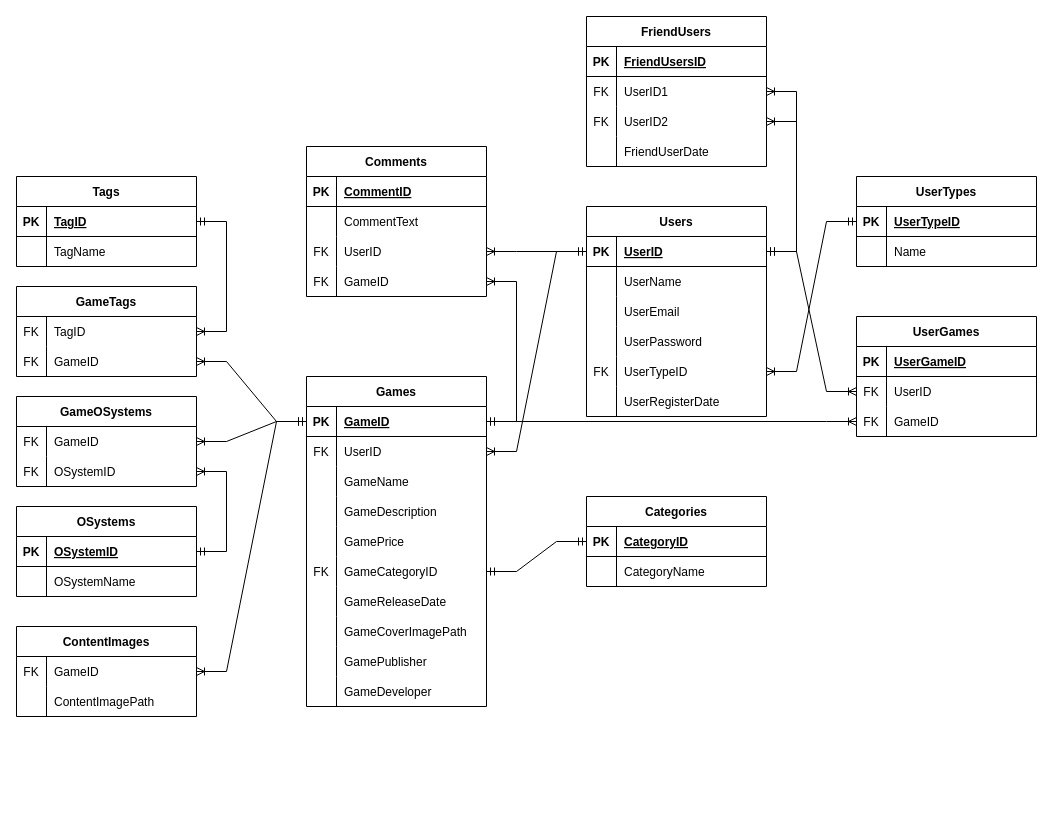
EmirLogas/GameStore keeps this draw.io diagram as GameStoreDB.drawio. Above is the earlier version. Source tidied: cells renumbered, new cells numbered last; positions are measured from the earlier drawing's top-left corner, leaving out a move shared by most shapes. Both pictures are drawn from the tidied source at 100%, with x=0, y=0 at pixel (16, 16).
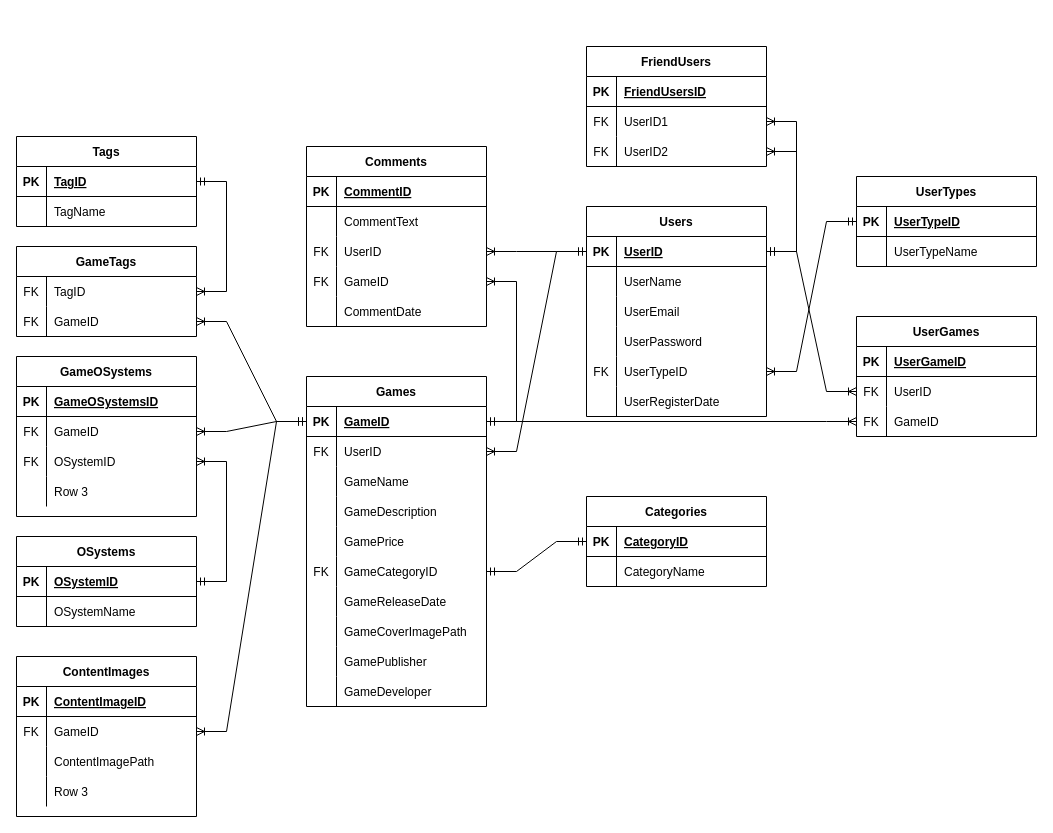
Above is the later version.

The change refers to these unchanged cells:
```xml
<mxCell id="10" style="shape=tableRow;horizontal=0;startSize=0;swimlaneHead=0;swimlaneBody=0;fillColor=none;points=[[0,0.5],[1,0.5]];portConstraint=eastwest;top=0;left=0;right=0;bottom=1;" parent="9" vertex="1">
  <mxGeometry y="30" width="180" height="30" as="geometry" />
</mxCell>
<mxCell id="63" style="shape=tableRow;horizontal=0;startSize=0;swimlaneHead=0;swimlaneBody=0;fillColor=none;top=0;left=0;right=0;bottom=0;" parent="59" vertex="1">
  <mxGeometry y="60" width="180" height="30" as="geometry" />
</mxCell>
<mxCell id="122" style="shape=tableRow;horizontal=0;startSize=0;swimlaneHead=0;swimlaneBody=0;fillColor=none;points=[[0,0.5],[1,0.5]];portConstraint=eastwest;top=0;left=0;right=0;bottom=1;" parent="121" vertex="1">
  <mxGeometry y="30" width="180" height="30" as="geometry" />
</mxCell>
```

Change to the diagram source:
```diff
@@
-    <mxCell id="65" value="Name" style="shape=partialRectangle;fillColor=none;top=0;left=0;bottom=0;right=0;align=left;spacingLeft=6;overflow=hidden;" parent="63" vertex="1">
+    <mxCell id="65" value="UserTypeName" style="shape=partialRectangle;fillColor=none;top=0;left=0;bottom=0;right=0;align=left;spacingLeft=6;overflow=hidden;" parent="63" vertex="1">
       <mxGeometry x="30" width="150" height="30" as="geometry" />
     </mxCell>
@@
     <mxCell id="68" value="Tags" style="shape=table;startSize=30;childLayout=tableLayout;rowLines=0;fontStyle=1;align=center;" parent="1" vertex="1">
-      <mxGeometry y="160" width="180" height="90" as="geometry" />
+      <mxGeometry y="120" width="180" height="90" as="geometry" />
     </mxCell>
@@
     <mxCell id="75" value="GameTags" style="shape=table;startSize=30;childLayout=tableLayout;rowLines=0;fontStyle=1;align=center;" parent="1" vertex="1">
-      <mxGeometry y="270" width="180" height="90" as="geometry" />
+      <mxGeometry y="230" width="180" height="90" as="geometry" />
     </mxCell>
@@
     <mxCell id="83" value="FriendUsers" style="shape=table;startSize=30;childLayout=tableLayout;rowLines=0;fontStyle=1;align=center;" parent="1" vertex="1">
-      <mxGeometry x="570" width="180" height="150" as="geometry" />
+      <mxGeometry x="570" y="30" width="180" height="120" as="geometry" />
     </mxCell>
@@
-    <mxCell id="93" style="shape=tableRow;horizontal=0;startSize=0;swimlaneHead=0;swimlaneBody=0;fillColor=none;top=0;left=0;right=0;bottom=0;" parent="83" vertex="1">
-      <mxGeometry y="120" width="180" height="30" as="geometry" />
-    </mxCell>
-    <mxCell id="94" style="shape=partialRectangle;fillColor=none;top=0;left=0;bottom=0;right=0;overflow=hidden;" parent="93" vertex="1">
-      <mxGeometry width="30" height="30" as="geometry" />
-    </mxCell>
-    <mxCell id="95" value="FriendUserDate" style="shape=partialRectangle;fillColor=none;top=0;left=0;bottom=0;right=0;align=left;spacingLeft=6;overflow=hidden;" parent="93" vertex="1">
-      <mxGeometry x="30" width="150" height="30" as="geometry" />
-    </mxCell>
@@
     <mxCell id="98" value="Comments" style="shape=table;startSize=30;childLayout=tableLayout;rowLines=0;fontStyle=1;align=center;" parent="1" vertex="1">
-      <mxGeometry x="290" y="130" width="180" height="150" as="geometry" />
+      <mxGeometry x="290" y="130" width="180" height="180" as="geometry" />
     </mxCell>
@@
+    <mxCell id="151" style="shape=tableRow;horizontal=0;startSize=0;swimlaneHead=0;swimlaneBody=0;fillColor=none;top=0;left=0;right=0;bottom=0;" parent="98" vertex="1">
+      <mxGeometry y="150" width="180" height="30" as="geometry" />
+    </mxCell>
+    <mxCell id="152" style="shape=partialRectangle;fillColor=none;top=0;left=0;bottom=0;right=0;overflow=hidden;" parent="151" vertex="1">
+      <mxGeometry width="30" height="30" as="geometry" />
+    </mxCell>
+    <mxCell id="153" value="CommentDate" style="shape=partialRectangle;fillColor=none;top=0;left=0;bottom=0;right=0;align=left;spacingLeft=6;overflow=hidden;" parent="151" vertex="1">
+      <mxGeometry x="30" width="150" height="30" as="geometry" />
+    </mxCell>
@@
-    <mxCell id="113" value="ContentImages" style="shape=table;startSize=30;childLayout=tableLayout;rowLines=0;fontStyle=1;align=center;" parent="1" vertex="1">
-      <mxGeometry y="610" width="180" height="90" as="geometry" />
-    </mxCell>
-    <mxCell id="114" style="shape=tableRow;horizontal=0;startSize=0;swimlaneHead=0;swimlaneBody=0;fillColor=none;points=[[0,0.5],[1,0.5]];portConstraint=eastwest;top=0;left=0;right=0;bottom=0;" parent="113" vertex="1">
-      <mxGeometry y="30" width="180" height="30" as="geometry" />
-    </mxCell>
-    <mxCell id="115" value="FK" style="shape=partialRectangle;fillColor=none;top=0;left=0;bottom=0;right=0;overflow=hidden;" parent="114" vertex="1">
-      <mxGeometry width="30" height="30" as="geometry" />
-    </mxCell>
-    <mxCell id="116" value="GameID" style="shape=partialRectangle;fillColor=none;top=0;left=0;bottom=0;right=0;align=left;spacingLeft=6;overflow=hidden;" parent="114" vertex="1">
-      <mxGeometry x="30" width="150" height="30" as="geometry" />
-    </mxCell>
-    <mxCell id="117" style="shape=tableRow;horizontal=0;startSize=0;swimlaneHead=0;swimlaneBody=0;fillColor=none;top=0;left=0;right=0;bottom=0;" parent="113" vertex="1">
-      <mxGeometry y="60" width="180" height="30" as="geometry" />
-    </mxCell>
-    <mxCell id="118" style="shape=partialRectangle;fillColor=none;top=0;left=0;bottom=0;right=0;overflow=hidden;" parent="117" vertex="1">
-      <mxGeometry width="30" height="30" as="geometry" />
-    </mxCell>
-    <mxCell id="119" value="ContentImagePath" style="shape=partialRectangle;fillColor=none;top=0;left=0;bottom=0;right=0;align=left;spacingLeft=6;overflow=hidden;" parent="117" vertex="1">
-      <mxGeometry x="30" width="150" height="30" as="geometry" />
-    </mxCell>
@@
     <mxCell id="121" value="OSystems" style="shape=table;startSize=30;childLayout=tableLayout;rowLines=0;fontStyle=1;align=center;" parent="1" vertex="1">
-      <mxGeometry y="490" width="180" height="90" as="geometry" />
+      <mxGeometry y="520" width="180" height="90" as="geometry" />
     </mxCell>
@@
-    <mxCell id="128" value="GameOSystems" style="shape=table;startSize=30;childLayout=tableLayout;rowLines=0;fontStyle=1;align=center;" parent="1" vertex="1">
-      <mxGeometry y="380" width="180" height="90" as="geometry" />
-    </mxCell>
-    <mxCell id="129" style="shape=tableRow;horizontal=0;startSize=0;swimlaneHead=0;swimlaneBody=0;fillColor=none;points=[[0,0.5],[1,0.5]];portConstraint=eastwest;top=0;left=0;right=0;bottom=0;" parent="128" vertex="1">
-      <mxGeometry y="30" width="180" height="30" as="geometry" />
-    </mxCell>
-    <mxCell id="130" value="FK" style="shape=partialRectangle;fillColor=none;top=0;left=0;bottom=0;right=0;overflow=hidden;" parent="129" vertex="1">
-      <mxGeometry width="30" height="30" as="geometry" />
-    </mxCell>
-    <mxCell id="131" value="GameID" style="shape=partialRectangle;fillColor=none;top=0;left=0;bottom=0;right=0;align=left;spacingLeft=6;overflow=hidden;" parent="129" vertex="1">
-      <mxGeometry x="30" width="150" height="30" as="geometry" />
-    </mxCell>
-    <mxCell id="132" style="shape=tableRow;horizontal=0;startSize=0;swimlaneHead=0;swimlaneBody=0;fillColor=none;points=[[0,0.5],[1,0.5]];portConstraint=eastwest;top=0;left=0;right=0;bottom=0;" parent="128" vertex="1">
-      <mxGeometry y="60" width="180" height="30" as="geometry" />
-    </mxCell>
-    <mxCell id="133" value="FK" style="shape=partialRectangle;fillColor=none;top=0;left=0;bottom=0;right=0;overflow=hidden;" parent="132" vertex="1">
-      <mxGeometry width="30" height="30" as="geometry" />
-    </mxCell>
-    <mxCell id="134" value="OSystemID" style="shape=partialRectangle;fillColor=none;top=0;left=0;bottom=0;right=0;align=left;spacingLeft=6;overflow=hidden;" parent="132" vertex="1">
-      <mxGeometry x="30" width="150" height="30" as="geometry" />
-    </mxCell>
-    <mxCell id="135" style="edgeStyle=entityRelationEdgeStyle;fontSize=12;html=1;endArrow=ERoneToMany;startArrow=ERmandOne;rounded=0;" parent="1" edge="1" source="10" target="129">
+    <mxCell id="135" style="edgeStyle=entityRelationEdgeStyle;fontSize=12;html=1;endArrow=ERoneToMany;startArrow=ERmandOne;rounded=0;" parent="1" edge="1" source="10" target="168">
       <mxGeometry relative="1" as="geometry" />
     </mxCell>
-    <mxCell id="136" style="edgeStyle=entityRelationEdgeStyle;fontSize=12;html=1;endArrow=ERoneToMany;startArrow=ERmandOne;rounded=0;" parent="1" edge="1" source="122" target="132">
+    <mxCell id="136" style="edgeStyle=entityRelationEdgeStyle;fontSize=12;html=1;endArrow=ERoneToMany;startArrow=ERmandOne;rounded=0;" parent="1" edge="1" source="122" target="171">
       <mxGeometry relative="1" as="geometry" />
     </mxCell>
@@
-    <mxCell id="139" style="edgeStyle=entityRelationEdgeStyle;fontSize=12;html=1;endArrow=ERoneToMany;startArrow=ERmandOne;rounded=0;" parent="1" edge="1" source="10" target="114">
+    <mxCell id="139" style="edgeStyle=entityRelationEdgeStyle;fontSize=12;html=1;endArrow=ERoneToMany;startArrow=ERmandOne;rounded=0;" parent="1" edge="1" source="10" target="157">
       <mxGeometry relative="1" as="geometry" />
     </mxCell>
@@
+    <mxCell id="113" value="ContentImages" style="shape=table;startSize=30;childLayout=tableLayout;rowLines=0;fontStyle=1;align=center;" parent="1" vertex="1">
+      <mxGeometry y="640" width="180" height="160" as="geometry" />
+    </mxCell>
+    <mxCell id="154" style="shape=tableRow;horizontal=0;startSize=0;swimlaneHead=0;swimlaneBody=0;fillColor=none;top=0;left=0;right=0;bottom=1;" parent="113" vertex="1">
+      <mxGeometry y="30" width="180" height="30" as="geometry" />
+    </mxCell>
+    <mxCell id="155" value="PK" style="shape=partialRectangle;fillColor=none;top=0;left=0;bottom=0;right=0;fontStyle=1;overflow=hidden;" parent="154" vertex="1">
+      <mxGeometry width="30" height="30" as="geometry" />
+    </mxCell>
+    <mxCell id="156" value="ContentImageID" style="shape=partialRectangle;fillColor=none;top=0;left=0;bottom=0;right=0;align=left;spacingLeft=6;fontStyle=5;overflow=hidden;" parent="154" vertex="1">
+      <mxGeometry x="30" width="150" height="30" as="geometry" />
+    </mxCell>
+    <mxCell id="157" style="shape=tableRow;horizontal=0;startSize=0;swimlaneHead=0;swimlaneBody=0;fillColor=none;points=[[0,0.5],[1,0.5]];portConstraint=eastwest;top=0;left=0;right=0;bottom=0;" parent="113" vertex="1">
+      <mxGeometry y="60" width="180" height="30" as="geometry" />
+    </mxCell>
+    <mxCell id="158" value="FK" style="shape=partialRectangle;fillColor=none;top=0;left=0;bottom=0;right=0;overflow=hidden;" parent="157" vertex="1">
+      <mxGeometry width="30" height="30" as="geometry" />
+    </mxCell>
+    <mxCell id="159" value="GameID" style="shape=partialRectangle;fillColor=none;top=0;left=0;bottom=0;right=0;align=left;spacingLeft=6;overflow=hidden;" parent="157" vertex="1">
+      <mxGeometry x="30" width="150" height="30" as="geometry" />
+    </mxCell>
+    <mxCell id="160" style="shape=tableRow;horizontal=0;startSize=0;swimlaneHead=0;swimlaneBody=0;fillColor=none;top=0;left=0;right=0;bottom=0;" parent="113" vertex="1">
+      <mxGeometry y="90" width="180" height="30" as="geometry" />
+    </mxCell>
+    <mxCell id="161" style="shape=partialRectangle;fillColor=none;top=0;left=0;bottom=0;right=0;overflow=hidden;" parent="160" vertex="1">
+      <mxGeometry width="30" height="30" as="geometry" />
+    </mxCell>
+    <mxCell id="119" value="ContentImagePath" style="shape=partialRectangle;fillColor=none;top=0;left=0;bottom=0;right=0;align=left;spacingLeft=6;overflow=hidden;" parent="160" vertex="1">
+      <mxGeometry x="30" width="150" height="30" as="geometry" />
+    </mxCell>
+    <mxCell id="162" style="shape=tableRow;horizontal=0;startSize=0;swimlaneHead=0;swimlaneBody=0;fillColor=none;top=0;left=0;right=0;bottom=0;" parent="113" vertex="1">
+      <mxGeometry y="120" width="180" height="30" as="geometry" />
+    </mxCell>
+    <mxCell id="163" style="shape=partialRectangle;fillColor=none;top=0;left=0;bottom=0;right=0;overflow=hidden;" parent="162" vertex="1">
+      <mxGeometry width="30" height="30" as="geometry" />
+    </mxCell>
+    <mxCell id="164" value="Row 3" style="shape=partialRectangle;fillColor=none;top=0;left=0;bottom=0;right=0;align=left;spacingLeft=6;overflow=hidden;" parent="162" vertex="1">
+      <mxGeometry x="30" width="150" height="30" as="geometry" />
+    </mxCell>
+    <mxCell id="128" value="GameOSystems" style="shape=table;startSize=30;childLayout=tableLayout;rowLines=0;fontStyle=1;align=center;" parent="1" vertex="1">
+      <mxGeometry y="340" width="180" height="160" as="geometry" />
+    </mxCell>
+    <mxCell id="165" style="shape=tableRow;horizontal=0;startSize=0;swimlaneHead=0;swimlaneBody=0;fillColor=none;top=0;left=0;right=0;bottom=1;" parent="128" vertex="1">
+      <mxGeometry y="30" width="180" height="30" as="geometry" />
+    </mxCell>
+    <mxCell id="166" value="PK" style="shape=partialRectangle;fillColor=none;top=0;left=0;bottom=0;right=0;fontStyle=1;overflow=hidden;" parent="165" vertex="1">
+      <mxGeometry width="30" height="30" as="geometry" />
+    </mxCell>
+    <mxCell id="167" value="GameOSystemsID" style="shape=partialRectangle;fillColor=none;top=0;left=0;bottom=0;right=0;align=left;spacingLeft=6;fontStyle=5;overflow=hidden;" parent="165" vertex="1">
+      <mxGeometry x="30" width="150" height="30" as="geometry" />
+    </mxCell>
+    <mxCell id="168" style="shape=tableRow;horizontal=0;startSize=0;swimlaneHead=0;swimlaneBody=0;fillColor=none;points=[[0,0.5],[1,0.5]];portConstraint=eastwest;top=0;left=0;right=0;bottom=0;" parent="128" vertex="1">
+      <mxGeometry y="60" width="180" height="30" as="geometry" />
+    </mxCell>
+    <mxCell id="169" value="FK" style="shape=partialRectangle;fillColor=none;top=0;left=0;bottom=0;right=0;overflow=hidden;" parent="168" vertex="1">
+      <mxGeometry width="30" height="30" as="geometry" />
+    </mxCell>
+    <mxCell id="170" value="GameID" style="shape=partialRectangle;fillColor=none;top=0;left=0;bottom=0;right=0;align=left;spacingLeft=6;overflow=hidden;" parent="168" vertex="1">
+      <mxGeometry x="30" width="150" height="30" as="geometry" />
+    </mxCell>
+    <mxCell id="171" style="shape=tableRow;horizontal=0;startSize=0;swimlaneHead=0;swimlaneBody=0;fillColor=none;points=[[0,0.5],[1,0.5]];portConstraint=eastwest;top=0;left=0;right=0;bottom=0;" parent="128" vertex="1">
+      <mxGeometry y="90" width="180" height="30" as="geometry" />
+    </mxCell>
+    <mxCell id="172" value="FK" style="shape=partialRectangle;fillColor=none;top=0;left=0;bottom=0;right=0;overflow=hidden;" parent="171" vertex="1">
+      <mxGeometry width="30" height="30" as="geometry" />
+    </mxCell>
+    <mxCell id="134" value="OSystemID" style="shape=partialRectangle;fillColor=none;top=0;left=0;bottom=0;right=0;align=left;spacingLeft=6;overflow=hidden;" parent="171" vertex="1">
+      <mxGeometry x="30" width="150" height="30" as="geometry" />
+    </mxCell>
+    <mxCell id="173" style="shape=tableRow;horizontal=0;startSize=0;swimlaneHead=0;swimlaneBody=0;fillColor=none;top=0;left=0;right=0;bottom=0;" parent="128" vertex="1">
+      <mxGeometry y="120" width="180" height="30" as="geometry" />
+    </mxCell>
+    <mxCell id="174" style="shape=partialRectangle;fillColor=none;top=0;left=0;bottom=0;right=0;overflow=hidden;" parent="173" vertex="1">
+      <mxGeometry width="30" height="30" as="geometry" />
+    </mxCell>
+    <mxCell id="175" value="Row 3" style="shape=partialRectangle;fillColor=none;top=0;left=0;bottom=0;right=0;align=left;spacingLeft=6;overflow=hidden;" parent="173" vertex="1">
+      <mxGeometry x="30" width="150" height="30" as="geometry" />
+    </mxCell>
```
